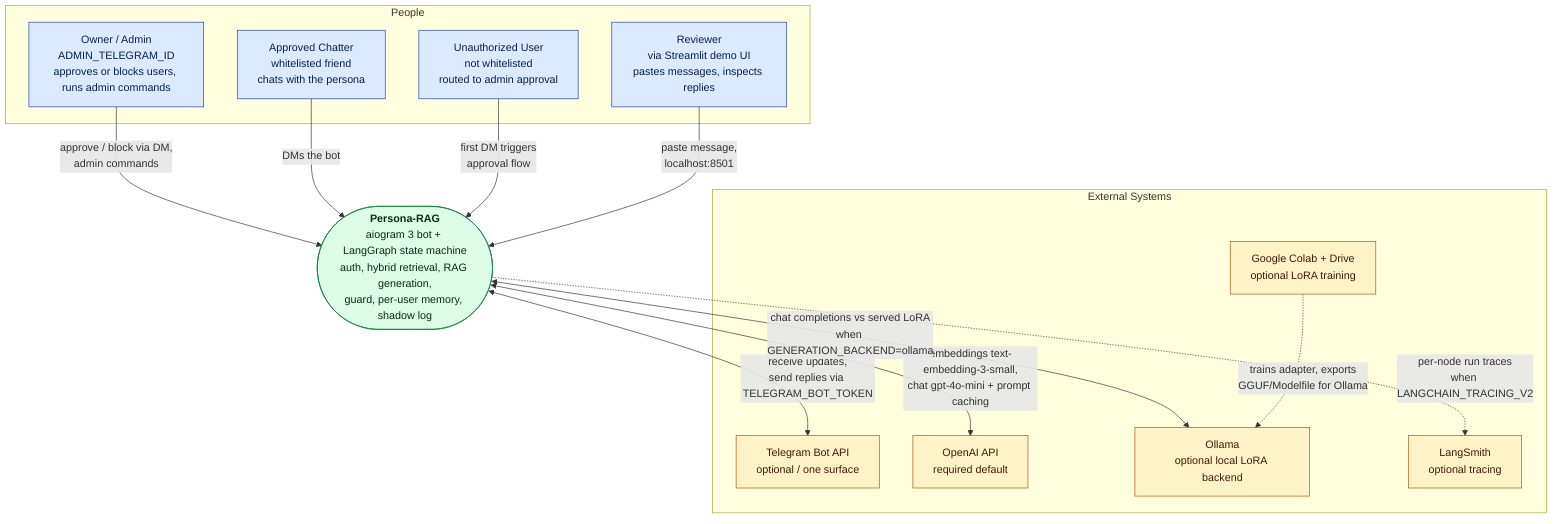
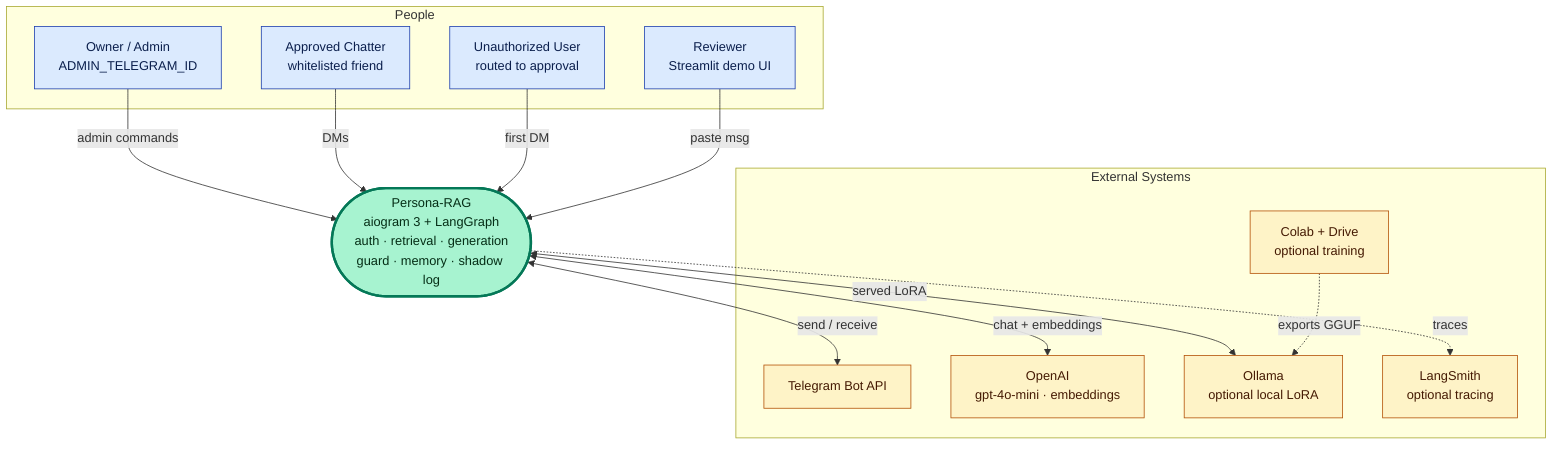
%% C4 Level 1: System Context for Persona-RAG
%% Standard Mermaid flowchart (renders on GitHub; NOT the C4Context dialect).
flowchart TD
-     subgraph People[People]
-         Owner[Owner / Admin<br/>ADMIN_TELEGRAM_ID<br/>approves or blocks users, runs admin commands]
-         Chatter[Approved Chatter<br/>whitelisted friend<br/>chats with the persona]
-         Unauth[Unauthorized User<br/>not whitelisted<br/>routed to admin approval]
-         Reviewer[Reviewer<br/>via Streamlit demo UI<br/>pastes messages, inspects replies]
+     subgraph People
+         Owner[Owner / Admin<br/>ADMIN_TELEGRAM_ID]
+         Chatter[Approved Chatter<br/>whitelisted friend]
+         Unauth[Unauthorized User<br/>routed to approval]
+         Reviewer[Reviewer<br/>Streamlit demo UI]
    end

-     Core(["<b>Persona-RAG</b><br/>aiogram 3 bot + LangGraph state machine<br/>auth, hybrid retrieval, RAG generation,<br/>guard, per-user memory, shadow log"])
+     Core(["Persona-RAG<br/>aiogram 3 + LangGraph<br/>auth · retrieval · generation<br/>guard · memory · shadow log"])

-     subgraph External[External Systems]
-         TG[Telegram Bot API<br/>optional / one surface]
-         OpenAI[OpenAI API<br/>required default]
-         Ollama[Ollama<br/>optional local LoRA backend]
-         Colab[Google Colab + Drive<br/>optional LoRA training]
+     subgraph External["External Systems"]
+         TG[Telegram Bot API]
+         OpenAI[OpenAI<br/>gpt-4o-mini · embeddings]
+         Ollama[Ollama<br/>optional local LoRA]
+         Colab[Colab + Drive<br/>optional training]
        LangSmith[LangSmith<br/>optional tracing]
    end

-     %% People -> System
-     Owner -->|approve / block via DM,<br/>admin commands| Core
-     Chatter -->|DMs the bot| Core
-     Unauth -->|first DM triggers<br/>approval flow| Core
-     Reviewer -->|paste message,<br/>localhost:8501| Core
+     Owner -->|admin commands| Core
+     Chatter -->|DMs| Core
+     Unauth -->|first DM| Core
+     Reviewer -->|paste msg| Core

-     %% System <-> External
-     Core <-->|receive updates,<br/>send replies via TELEGRAM_BOT_TOKEN| TG
-     Core <-->|embeddings text-embedding-3-small,<br/>chat gpt-4o-mini + prompt caching| OpenAI
-     Core <-->|chat completions vs served LoRA<br/>when GENERATION_BACKEND=ollama| Ollama
-     Colab -.->|trains adapter, exports<br/>GGUF/Modelfile for Ollama| Ollama
-     Core -.->|per-node run traces<br/>when LANGCHAIN_TRACING_V2| LangSmith
+     Core <-->|send / receive| TG
+     Core <-->|chat + embeddings| OpenAI
+     Core <-->|served LoRA| Ollama
+     Colab -.->|exports GGUF| Ollama
+     Core -.->|traces| LangSmith

    classDef person fill:#dbeafe,stroke:#1e40af,color:#0b1f4d;
-     classDef system fill:#dcfce7,stroke:#15803d,color:#052e16;
    classDef ext fill:#fef3c7,stroke:#b45309,color:#451a03;
- 
    class Owner,Chatter,Unauth,Reviewer person;
-     class Core system;
    class TG,OpenAI,Ollama,Colab,LangSmith ext;
+     style Core fill:#a7f3d0,stroke:#047857,stroke-width:3px,color:#052e16
